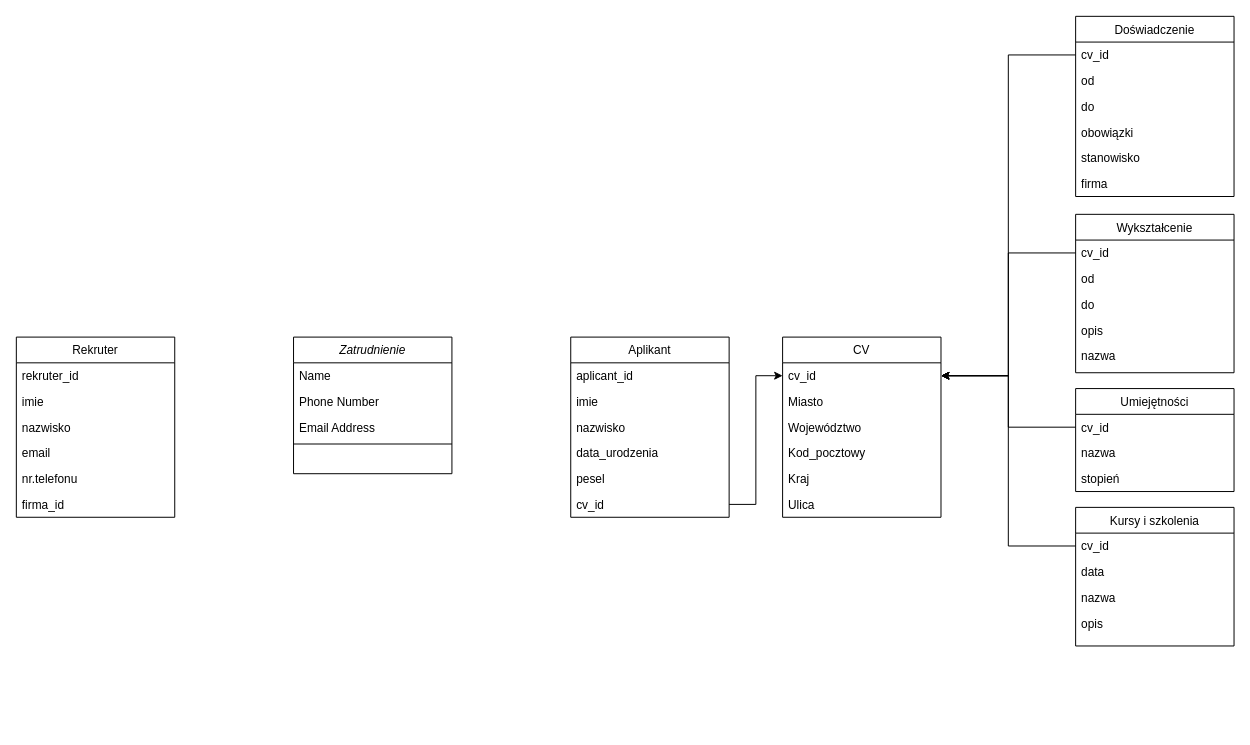
Earlier version of the draw.io diagram Diagram bez tytułu.drawio (Paros998/ConverterJava). Source tidied: cells renumbered, new cells numbered last; positions are measured from the earlier drawing's top-left corner, leaving out a move shared by most shapes. Both pictures are drawn from the tidied source at 99%, with x=0, y=0 at pixel (16, 16).
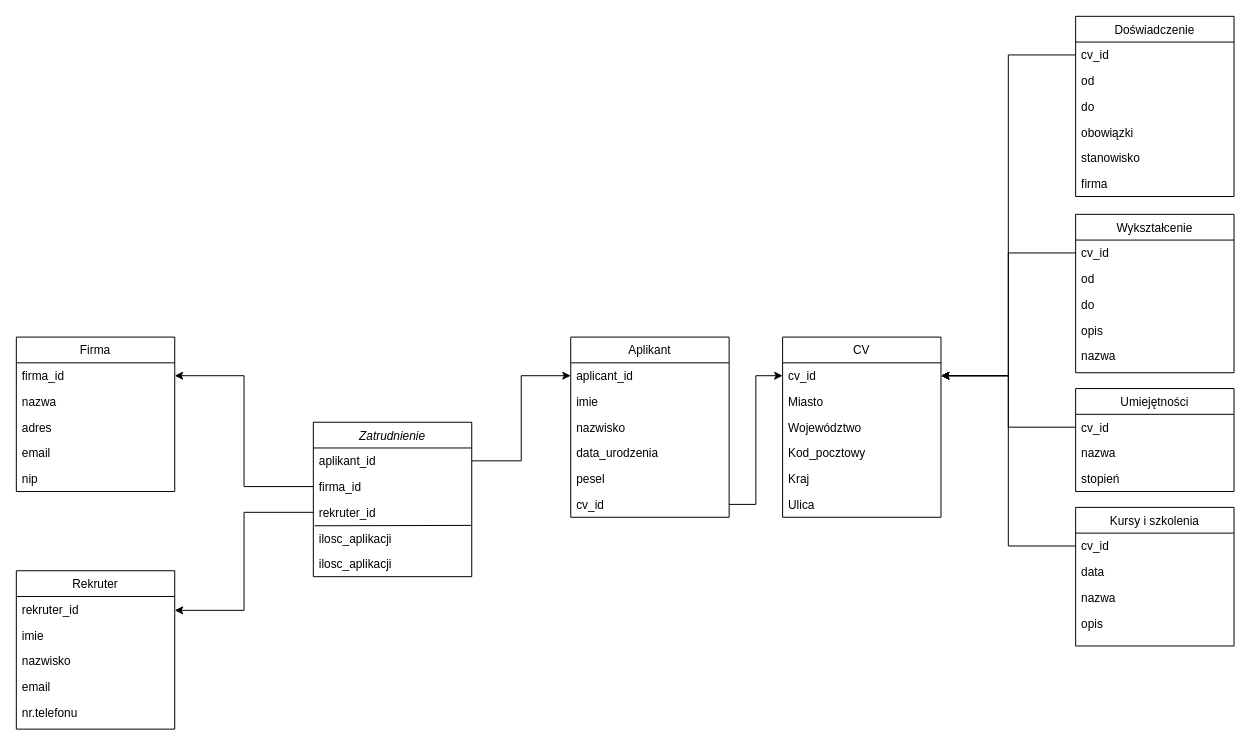
Above is the later version.

Unchanged cells that the change refers to:
```xml
<mxCell id="8" value="aplicant_id" style="text;align=left;verticalAlign=top;spacingLeft=4;spacingRight=4;overflow=hidden;points=[[0,0.5],[1,0.5]];portConstraint=eastwest;" parent="7" vertex="1">
  <mxGeometry y="26" width="160" height="26" as="geometry" />
</mxCell>
```

The edit, as a diff of the source:
```diff
@@
     <mxCell id="2" value="Zatrudnienie" style="swimlane;fontStyle=2;align=center;verticalAlign=top;horizontal=1;startSize=26;rounded=0;shadow=0;strokeWidth=1;" parent="1" vertex="1">
-      <mxGeometry x="280" y="324" width="160" height="138" as="geometry" />
+      <mxGeometry x="300" y="410" width="160" height="156" as="geometry" />
     </mxCell>
-    <mxCell id="3" value="Name" style="text;align=left;verticalAlign=top;spacingLeft=4;spacingRight=4;overflow=hidden;points=[[0,0.5],[1,0.5]];portConstraint=eastwest;" parent="2" vertex="1">
+    <mxCell id="3" value="aplikant_id" style="text;align=left;verticalAlign=top;spacingLeft=4;spacingRight=4;overflow=hidden;points=[[0,0.5],[1,0.5]];portConstraint=eastwest;" parent="2" vertex="1">
       <mxGeometry y="26" width="160" height="26" as="geometry" />
     </mxCell>
-    <mxCell id="4" value="Phone Number" style="text;align=left;verticalAlign=top;spacingLeft=4;spacingRight=4;overflow=hidden;points=[[0,0.5],[1,0.5]];portConstraint=eastwest;rounded=0;shadow=0;html=0;" parent="2" vertex="1">
+    <mxCell id="4" value="firma_id" style="text;align=left;verticalAlign=top;spacingLeft=4;spacingRight=4;overflow=hidden;points=[[0,0.5],[1,0.5]];portConstraint=eastwest;rounded=0;shadow=0;html=0;" parent="2" vertex="1">
       <mxGeometry y="52" width="160" height="26" as="geometry" />
     </mxCell>
-    <mxCell id="5" value="Email Address" style="text;align=left;verticalAlign=top;spacingLeft=4;spacingRight=4;overflow=hidden;points=[[0,0.5],[1,0.5]];portConstraint=eastwest;rounded=0;shadow=0;html=0;" parent="2" vertex="1">
+    <mxCell id="5" value="rekruter_id" style="text;align=left;verticalAlign=top;spacingLeft=4;spacingRight=4;overflow=hidden;points=[[0,0.5],[1,0.5]];portConstraint=eastwest;rounded=0;shadow=0;html=0;" parent="2" vertex="1">
       <mxGeometry y="78" width="160" height="26" as="geometry" />
     </mxCell>
-    <mxCell id="6" style="line;html=1;strokeWidth=1;align=left;verticalAlign=middle;spacingTop=-1;spacingLeft=3;spacingRight=3;labelPosition=right;" parent="2" vertex="1">
-      <mxGeometry y="104" width="160" height="8" as="geometry" />
-    </mxCell>
+    <mxCell id="55" style="endArrow=none;html=1;rounded=0;exitX=0.995;exitY=0.008;exitDx=0;exitDy=0;exitPerimeter=0;entryX=0.008;entryY=0.023;entryDx=0;entryDy=0;entryPerimeter=0;" parent="2" edge="1" source="56" target="56">
+      <mxGeometry relative="1" as="geometry" />
+    </mxCell>
+    <mxCell id="56" value="ilosc_aplikacji" style="text;align=left;verticalAlign=top;spacingLeft=4;spacingRight=4;overflow=hidden;points=[[0,0.5],[1,0.5]];portConstraint=eastwest;rounded=0;shadow=0;html=0;" parent="2" vertex="1">
+      <mxGeometry y="104" width="160" height="26" as="geometry" />
+    </mxCell>
+    <mxCell id="57" value="ilosc_aplikacji" style="text;align=left;verticalAlign=top;spacingLeft=4;spacingRight=4;overflow=hidden;rounded=0;shadow=0;html=0;" parent="2" vertex="1">
+      <mxGeometry y="130" width="160" height="26" as="geometry" />
+    </mxCell>
@@
     <mxCell id="14" value="Rekruter" style="swimlane;fontStyle=0;align=center;verticalAlign=top;horizontal=1;startSize=26;rounded=0;shadow=0;strokeWidth=1;" parent="1" vertex="1">
-      <mxGeometry y="324" width="160" height="182" as="geometry" />
+      <mxGeometry y="560" width="160" height="160" as="geometry" />
     </mxCell>
@@
-    <mxCell id="20" value="firma_id" style="text;align=left;verticalAlign=top;spacingLeft=4;spacingRight=4;overflow=hidden;points=[[0,0.5],[1,0.5]];portConstraint=eastwest;" parent="14" vertex="1">
-      <mxGeometry y="156" width="160" height="26" as="geometry" />
-    </mxCell>
@@
+    <mxCell id="58" value="Firma" style="swimlane;fontStyle=0;align=center;verticalAlign=top;horizontal=1;startSize=26;rounded=0;shadow=0;strokeWidth=1;" parent="1" vertex="1">
+      <mxGeometry y="324" width="160" height="156" as="geometry" />
+    </mxCell>
+    <mxCell id="20" value="firma_id" style="text;align=left;verticalAlign=top;spacingLeft=4;spacingRight=4;overflow=hidden;points=[[0,0.5],[1,0.5]];portConstraint=eastwest;" parent="58" vertex="1">
+      <mxGeometry y="26" width="160" height="26" as="geometry" />
+    </mxCell>
+    <mxCell id="59" value="nazwa" style="text;align=left;verticalAlign=top;spacingLeft=4;spacingRight=4;overflow=hidden;rounded=0;shadow=0;html=0;" parent="58" vertex="1">
+      <mxGeometry y="52" width="160" height="26" as="geometry" />
+    </mxCell>
+    <mxCell id="60" value="adres" style="text;align=left;verticalAlign=top;spacingLeft=4;spacingRight=4;overflow=hidden;rounded=0;shadow=0;html=0;" parent="58" vertex="1">
+      <mxGeometry y="78" width="160" height="26" as="geometry" />
+    </mxCell>
+    <mxCell id="61" value="email" style="text;align=left;verticalAlign=top;spacingLeft=4;spacingRight=4;overflow=hidden;rounded=0;shadow=0;html=0;" parent="58" vertex="1">
+      <mxGeometry y="104" width="160" height="26" as="geometry" />
+    </mxCell>
+    <mxCell id="62" value="nip" style="text;align=left;verticalAlign=top;spacingLeft=4;spacingRight=4;overflow=hidden;rounded=0;shadow=0;html=0;" parent="58" vertex="1">
+      <mxGeometry y="130" width="160" height="26" as="geometry" />
+    </mxCell>
+    <mxCell id="63" style="edgeStyle=orthogonalEdgeStyle;rounded=0;jettySize=auto;html=1;exitX=1;exitY=0.5;exitDx=0;exitDy=0;entryX=0;entryY=0.5;entryDx=0;entryDy=0;" parent="1" edge="1" source="3" target="8">
+      <mxGeometry relative="1" as="geometry" />
+    </mxCell>
+    <mxCell id="64" style="edgeStyle=orthogonalEdgeStyle;rounded=0;jettySize=auto;html=1;exitX=0;exitY=0.5;exitDx=0;exitDy=0;entryX=1;entryY=0.5;entryDx=0;entryDy=0;" parent="1" edge="1" source="4" target="20">
+      <mxGeometry relative="1" as="geometry" />
+    </mxCell>
+    <mxCell id="65" style="edgeStyle=orthogonalEdgeStyle;rounded=0;jettySize=auto;html=1;exitX=0;exitY=0.5;exitDx=0;exitDy=0;entryX=1;entryY=0.25;entryDx=0;entryDy=0;" parent="1" edge="1" source="5" target="14">
+      <mxGeometry relative="1" as="geometry" />
+    </mxCell>
```
